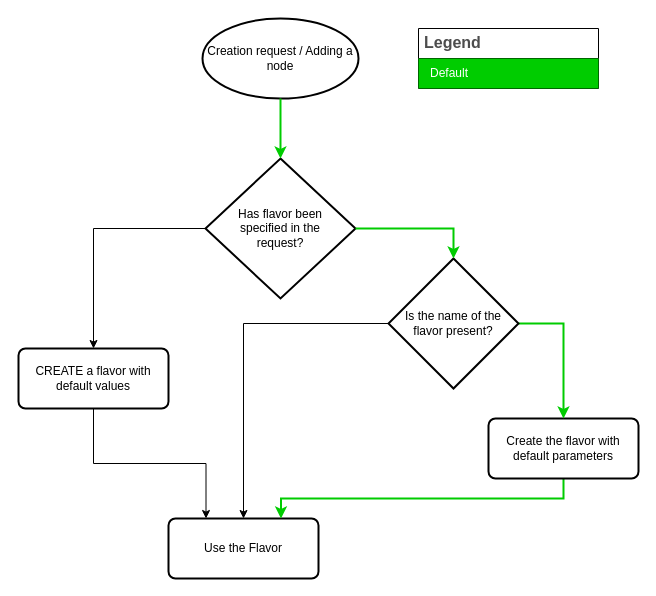
s2n-cnit/nfvcl-ng keeps this draw.io diagram as page "Flavor Management" (9 of 9) of docs/images/NVFCL-diagrams.drawio. Above is the earlier version. Source tidied: cells renumbered, new cells numbered last; positions are measured from the earlier drawing's top-left corner, leaving out a move shared by most shapes. Both pictures are drawn from the tidied source at 100%, with x=0, y=0 at pixel (18, 18).
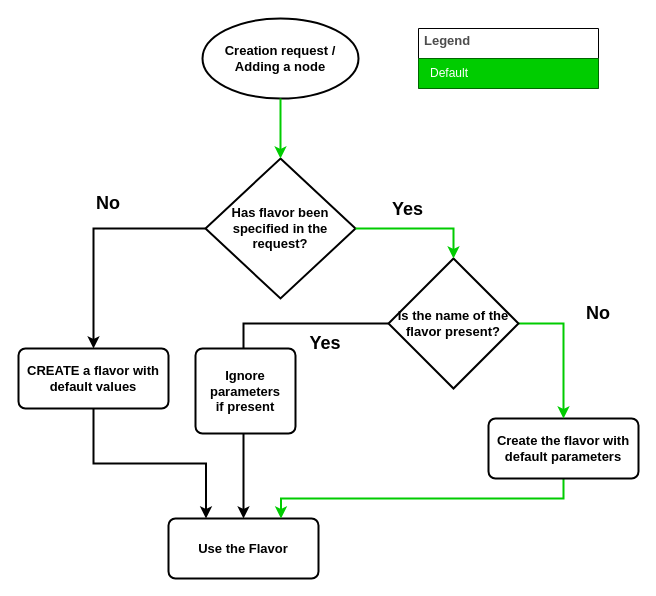
After the change.

Unchanged cells that the change refers to:
```xml
<mxCell id="14" style="edgeStyle=orthogonalEdgeStyle;rounded=0;jettySize=auto;html=1;exitX=1;exitY=0.5;exitDx=0;exitDy=0;exitPerimeter=0;entryX=0.5;entryY=0;entryDx=0;entryDy=0;entryPerimeter=0;strokeColor=#00CC00;strokeWidth=2;" parent="1" edge="1" source="6" target="13">
  <mxGeometry relative="1" as="geometry" />
</mxCell>
```

The edit, as a diff of the source:
```diff
@@
-    <mxCell id="2" style="edgeStyle=orthogonalEdgeStyle;rounded=0;jettySize=auto;html=1;exitX=0.5;exitY=1;exitDx=0;exitDy=0;entryX=0.25;entryY=0;entryDx=0;entryDy=0;" parent="1" edge="1" source="3" target="8">
+    <mxCell id="2" style="edgeStyle=orthogonalEdgeStyle;rounded=0;jettySize=auto;html=1;exitX=0.5;exitY=1;exitDx=0;exitDy=0;entryX=0.25;entryY=0;entryDx=0;entryDy=0;strokeWidth=2;" parent="1" edge="1" source="3" target="8">
       <mxGeometry relative="1" as="geometry" />
     </mxCell>
-    <mxCell id="3" value="CREATE a flavor with default values" style="rounded=1;whiteSpace=wrap;html=1;absoluteArcSize=1;arcSize=14;strokeWidth=2;" parent="1" vertex="1">
+    <mxCell id="3" value="CREATE a flavor with default values" style="rounded=1;whiteSpace=wrap;html=1;absoluteArcSize=1;arcSize=14;strokeWidth=2;fontSize=13;fontStyle=1;" parent="1" vertex="1">
       <mxGeometry y="330" width="150" height="60" as="geometry" />
     </mxCell>
-    <mxCell id="4" value="Creation request / Adding a node" style="strokeWidth=2;html=1;shape=mxgraph.flowchart.start_1;whiteSpace=wrap;" parent="1" vertex="1">
+    <mxCell id="4" value="Creation request / Adding a node" style="strokeWidth=2;html=1;shape=mxgraph.flowchart.start_1;whiteSpace=wrap;fontSize=13;fontStyle=1;" parent="1" vertex="1">
       <mxGeometry x="184" width="156" height="80" as="geometry" />
     </mxCell>
-    <mxCell id="5" style="edgeStyle=orthogonalEdgeStyle;rounded=0;jettySize=auto;html=1;exitX=0;exitY=0.5;exitDx=0;exitDy=0;exitPerimeter=0;entryX=0.5;entryY=0;entryDx=0;entryDy=0;" parent="1" edge="1" source="6" target="3">
+    <mxCell id="5" style="edgeStyle=orthogonalEdgeStyle;rounded=0;jettySize=auto;html=1;exitX=0;exitY=0.5;exitDx=0;exitDy=0;exitPerimeter=0;entryX=0.5;entryY=0;entryDx=0;entryDy=0;strokeWidth=2;" parent="1" edge="1" source="6" target="3">
       <mxGeometry relative="1" as="geometry" />
     </mxCell>
-    <mxCell id="6" value="Has flavor been&lt;div&gt;&amp;nbsp;specified in the&amp;nbsp;&lt;/div&gt;&lt;div&gt;request?&lt;/div&gt;" style="strokeWidth=2;html=1;shape=mxgraph.flowchart.decision;whiteSpace=wrap;" parent="1" vertex="1">
+    <mxCell id="6" value="Has flavor been&lt;div style=&quot;font-size: 13px;&quot;&gt;&amp;nbsp;specified in the&amp;nbsp;&lt;/div&gt;&lt;div style=&quot;font-size: 13px;&quot;&gt;request?&lt;/div&gt;" style="strokeWidth=2;html=1;shape=mxgraph.flowchart.decision;whiteSpace=wrap;fontSize=13;fontStyle=1;" parent="1" vertex="1">
       <mxGeometry x="187" y="140" width="150" height="140" as="geometry" />
     </mxCell>
@@
-    <mxCell id="8" value="Use the Flavor" style="rounded=1;whiteSpace=wrap;html=1;absoluteArcSize=1;arcSize=14;strokeWidth=2;" parent="1" vertex="1">
+    <mxCell id="8" value="Use the Flavor" style="rounded=1;whiteSpace=wrap;html=1;absoluteArcSize=1;arcSize=14;strokeWidth=2;fontSize=13;fontStyle=1;" parent="1" vertex="1">
       <mxGeometry x="150" y="500" width="150" height="60" as="geometry" />
     </mxCell>
@@
-    <mxCell id="10" value="Create the flavor with default parameters" style="rounded=1;whiteSpace=wrap;html=1;absoluteArcSize=1;arcSize=14;strokeWidth=2;" parent="1" vertex="1">
+    <mxCell id="10" value="Create the flavor with default parameters" style="rounded=1;whiteSpace=wrap;html=1;absoluteArcSize=1;arcSize=14;strokeWidth=2;fontSize=13;fontStyle=1;" parent="1" vertex="1">
       <mxGeometry x="470" y="400" width="150" height="60" as="geometry" />
     </mxCell>
-    <mxCell id="11" style="edgeStyle=orthogonalEdgeStyle;rounded=0;jettySize=auto;html=1;exitX=0;exitY=0.5;exitDx=0;exitDy=0;exitPerimeter=0;entryX=0.5;entryY=0;entryDx=0;entryDy=0;" parent="1" edge="1" source="13" target="8">
+    <mxCell id="11" style="edgeStyle=orthogonalEdgeStyle;rounded=0;jettySize=auto;html=1;exitX=0;exitY=0.5;exitDx=0;exitDy=0;exitPerimeter=0;entryX=0.5;entryY=0;entryDx=0;entryDy=0;strokeWidth=2;" parent="1" edge="1" source="13" target="8">
       <mxGeometry relative="1" as="geometry" />
     </mxCell>
@@
-    <mxCell id="13" value="Is the name of the flavor present?" style="strokeWidth=2;html=1;shape=mxgraph.flowchart.decision;whiteSpace=wrap;" parent="1" vertex="1">
+    <mxCell id="13" value="Is the name of the flavor present?" style="strokeWidth=2;html=1;shape=mxgraph.flowchart.decision;whiteSpace=wrap;fontSize=13;fontStyle=1;" parent="1" vertex="1">
       <mxGeometry x="370" y="240" width="130" height="130" as="geometry" />
     </mxCell>
@@
+    <mxCell id="18" value="&lt;b&gt;&lt;font style=&quot;font-size: 18px;&quot;&gt;Yes&lt;/font&gt;&lt;/b&gt;" style="edgeLabel;html=1;align=center;verticalAlign=middle;" parent="14" vertex="1">
+      <mxGeometry x="-0.2" y="-5" relative="1" as="geometry">
+        <mxPoint y="-25" as="offset" />
+      </mxGeometry>
+    </mxCell>
-    <mxCell id="15" value="Legend" style="shape=table;startSize=30;childLayout=tableLayout;fontSize=16;align=left;verticalAlign=top;fillColor=none;strokeColor=default;fontColor=#4D4D4D;fontStyle=1;spacingLeft=6;spacing=0;" parent="1" vertex="1">
+    <mxCell id="15" value="Legend" style="shape=table;startSize=30;childLayout=tableLayout;fontSize=13;align=left;verticalAlign=top;fillColor=none;strokeColor=default;fontColor=#4D4D4D;fontStyle=1;spacingLeft=6;spacing=0;" parent="1" vertex="1">
       <mxGeometry x="400" y="10" width="180" height="60" as="geometry" />
     </mxCell>
@@
+    <mxCell id="19" value="&lt;font style=&quot;font-size: 18px;&quot;&gt;&lt;b&gt;Yes&lt;/b&gt;&lt;/font&gt;" style="text;html=1;align=center;verticalAlign=middle;whiteSpace=wrap;rounded=0;" parent="1" vertex="1">
+      <mxGeometry x="277" y="310" width="60" height="30" as="geometry" />
+    </mxCell>
+    <mxCell id="20" value="&lt;font style=&quot;font-size: 18px;&quot;&gt;&lt;b&gt;No&lt;/b&gt;&lt;/font&gt;" style="text;html=1;align=center;verticalAlign=middle;whiteSpace=wrap;rounded=0;" parent="1" vertex="1">
+      <mxGeometry x="550" y="280" width="60" height="30" as="geometry" />
+    </mxCell>
+    <mxCell id="21" value="&lt;font style=&quot;font-size: 18px;&quot;&gt;&lt;b&gt;No&lt;/b&gt;&lt;/font&gt;" style="text;html=1;align=center;verticalAlign=middle;whiteSpace=wrap;rounded=0;" parent="1" vertex="1">
+      <mxGeometry x="60" y="170" width="60" height="30" as="geometry" />
+    </mxCell>
+    <mxCell id="22" value="Ignore&lt;div&gt;parameters&lt;/div&gt;&lt;div&gt;if present&lt;/div&gt;" style="rounded=1;whiteSpace=wrap;html=1;absoluteArcSize=1;arcSize=14;strokeWidth=2;fontSize=13;fontStyle=1;" parent="1" vertex="1">
+      <mxGeometry x="177" y="330" width="100" height="85" as="geometry" />
+    </mxCell>
```
